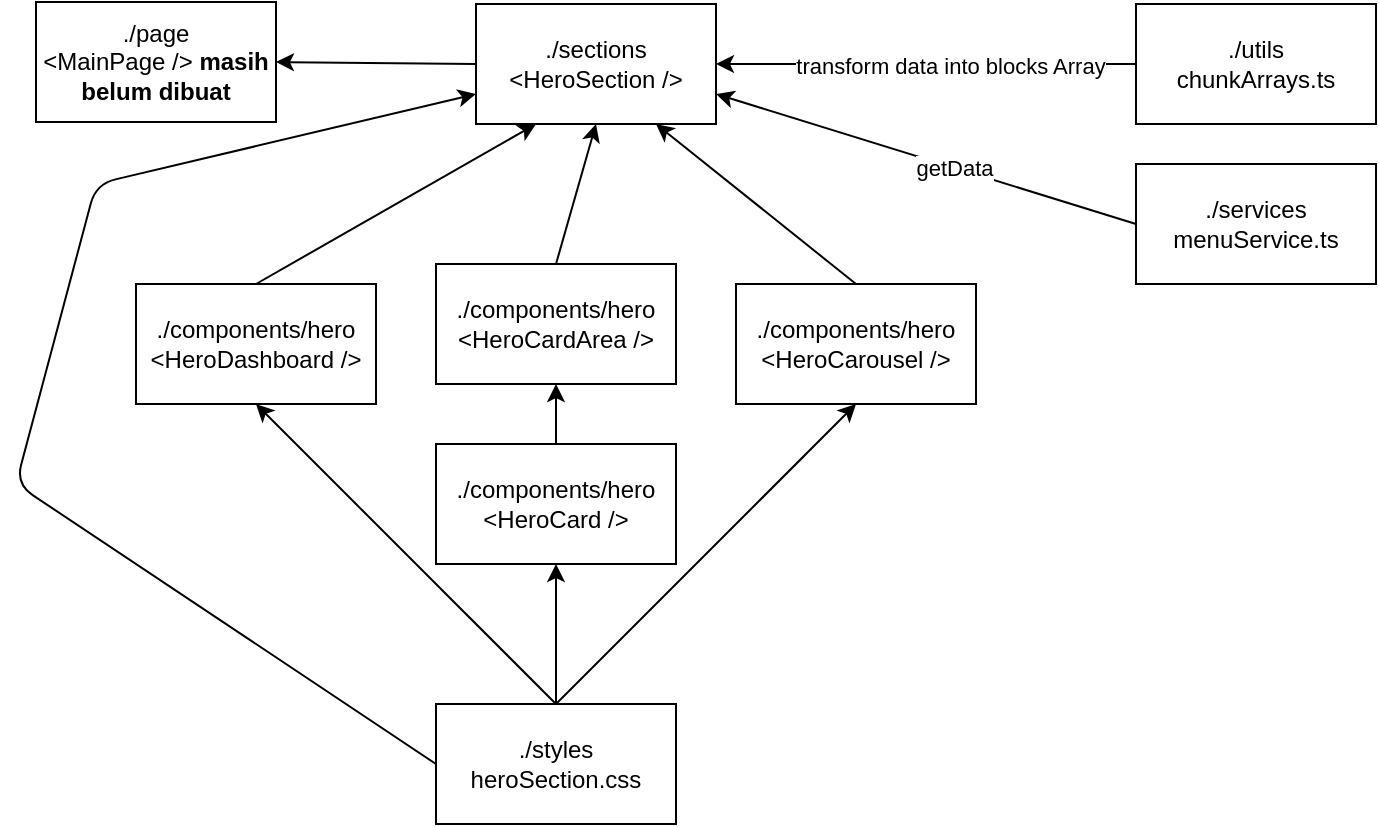
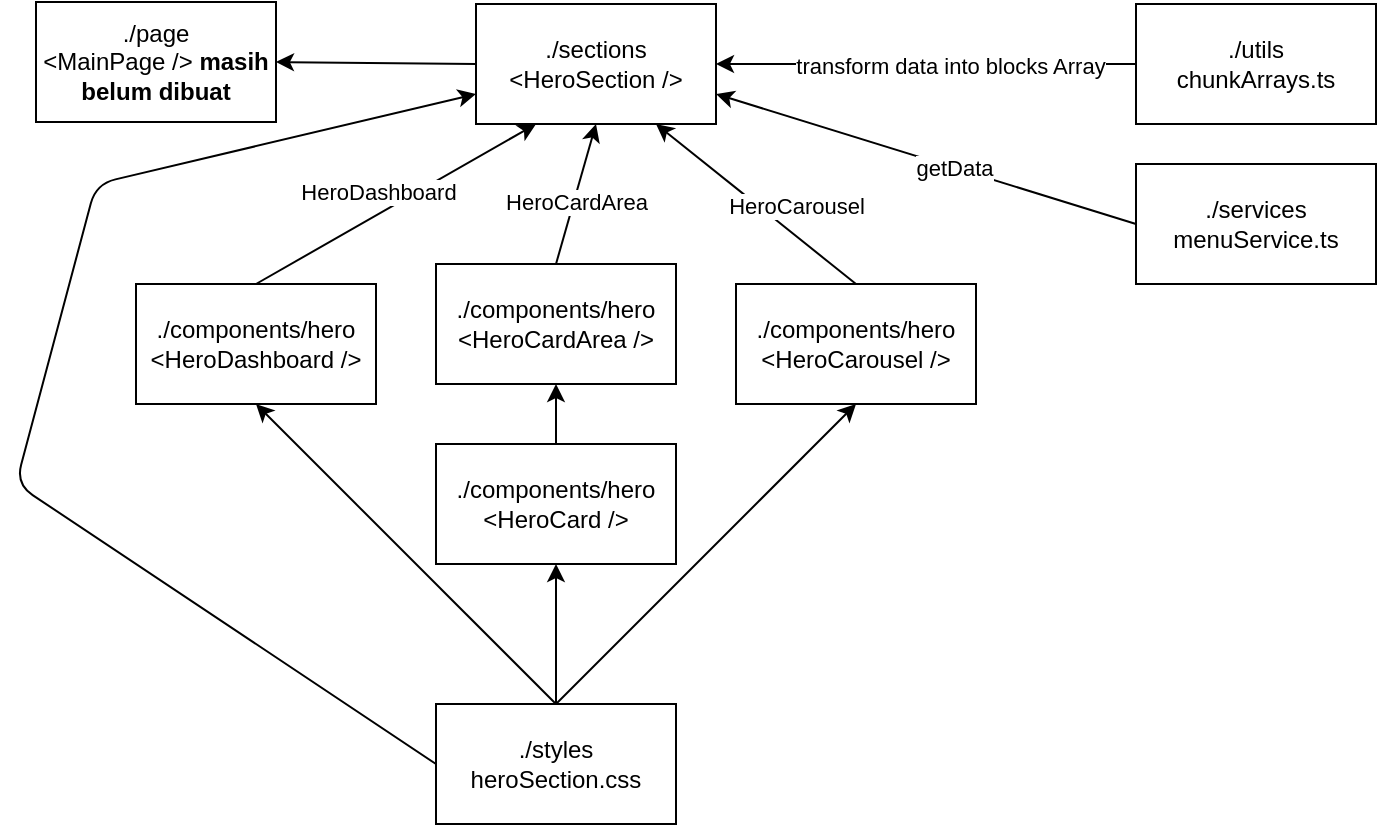
<mxfile host="65bd71144e">
    <diagram id="8QxJ4sB05AHWskQlmMvO" name="Page-1">
-         <mxGraphModel dx="468" dy="448" grid="1" gridSize="10" guides="1" tooltips="1" connect="1" arrows="1" fold="1" page="1" pageScale="1" pageWidth="850" pageHeight="1100" math="0" shadow="0">
+         <mxGraphModel dx="538" dy="515" grid="1" gridSize="10" guides="1" tooltips="1" connect="1" arrows="1" fold="1" page="1" pageScale="1" pageWidth="850" pageHeight="1100" math="0" shadow="0">
            <root>
                <mxCell id="0"/>
                <mxCell id="1" parent="0"/>
                <mxCell id="16" style="edgeStyle=none;html=1;exitX=0;exitY=0.5;exitDx=0;exitDy=0;entryX=1;entryY=0.5;entryDx=0;entryDy=0;" parent="1" source="4" target="11" edge="1">
                    <mxGeometry relative="1" as="geometry"/>
                </mxCell>
                <mxCell id="4" value="&lt;div&gt;./sections&lt;/div&gt;&amp;lt;HeroSection /&amp;gt;" style="rounded=0;whiteSpace=wrap;html=1;" parent="1" vertex="1">
                    <mxGeometry x="260" y="20" width="120" height="60" as="geometry"/>
                </mxCell>
                <mxCell id="13" style="edgeStyle=none;html=1;exitX=0.5;exitY=0;exitDx=0;exitDy=0;entryX=0.25;entryY=1;entryDx=0;entryDy=0;" parent="1" source="5" target="4" edge="1">
                    <mxGeometry relative="1" as="geometry"/>
                </mxCell>
+                 <mxCell id="33" value="HeroDashboard" style="edgeLabel;html=1;align=center;verticalAlign=middle;resizable=0;points=[];" vertex="1" connectable="0" parent="13">
+                     <mxGeometry x="0.1446" relative="1" as="geometry">
+                         <mxPoint x="-20" as="offset"/>
+                     </mxGeometry>
+                 </mxCell>
                <mxCell id="5" value="./components/hero&lt;div&gt;&amp;lt;HeroDashboard /&amp;gt;&lt;/div&gt;" style="rounded=0;whiteSpace=wrap;html=1;" parent="1" vertex="1">
                    <mxGeometry x="90" y="160" width="120" height="60" as="geometry"/>
                </mxCell>
-                 <mxCell id="14" style="edgeStyle=none;html=1;exitX=0.5;exitY=0;exitDx=0;exitDy=0;entryX=0.5;entryY=1;entryDx=0;entryDy=0;" parent="1" source="6" edge="1" target="22">
+                 <mxCell id="14" style="edgeStyle=none;html=1;exitX=0.5;exitY=0;exitDx=0;exitDy=0;entryX=0.5;entryY=1;entryDx=0;entryDy=0;" parent="1" source="6" target="22" edge="1">
                    <mxGeometry relative="1" as="geometry">
                        <mxPoint x="320" y="80" as="targetPoint"/>
                    </mxGeometry>
                </mxCell>
                <mxCell id="6" value="./components/hero&lt;div&gt;&amp;lt;HeroCard /&amp;gt;&lt;/div&gt;" style="rounded=0;whiteSpace=wrap;html=1;" parent="1" vertex="1">
                    <mxGeometry x="240" y="240" width="120" height="60" as="geometry"/>
                </mxCell>
                <mxCell id="15" style="edgeStyle=none;html=1;exitX=0.5;exitY=0;exitDx=0;exitDy=0;entryX=0.75;entryY=1;entryDx=0;entryDy=0;" parent="1" source="7" target="4" edge="1">
                    <mxGeometry relative="1" as="geometry">
                        <mxPoint x="320" y="80" as="targetPoint"/>
+                     </mxGeometry>
+                 </mxCell>
+                 <mxCell id="35" value="HeroCarousel" style="edgeLabel;html=1;align=center;verticalAlign=middle;resizable=0;points=[];" vertex="1" connectable="0" parent="15">
+                     <mxGeometry x="-0.1561" relative="1" as="geometry">
+                         <mxPoint x="12" y="-6" as="offset"/>
                    </mxGeometry>
                </mxCell>
                <mxCell id="7" value="./components/hero&lt;div&gt;&amp;lt;HeroCarousel /&amp;gt;&lt;/div&gt;" style="rounded=0;whiteSpace=wrap;html=1;" parent="1" vertex="1">
                    <mxGeometry x="390" y="160" width="120" height="60" as="geometry"/>
                </mxCell>
                <mxCell id="11" value="./page&lt;div&gt;&amp;lt;MainPage /&amp;gt; &lt;b&gt;masih belum dibuat&lt;/b&gt;&lt;/div&gt;" style="rounded=0;whiteSpace=wrap;html=1;" parent="1" vertex="1">
                    <mxGeometry x="40" y="19" width="120" height="60" as="geometry"/>
                </mxCell>
                <mxCell id="18" style="edgeStyle=none;html=1;exitX=0.5;exitY=0;exitDx=0;exitDy=0;entryX=0.5;entryY=1;entryDx=0;entryDy=0;" parent="1" source="17" target="5" edge="1">
                    <mxGeometry relative="1" as="geometry"/>
                </mxCell>
                <mxCell id="19" style="edgeStyle=none;html=1;exitX=0.5;exitY=0;exitDx=0;exitDy=0;entryX=0.5;entryY=1;entryDx=0;entryDy=0;" parent="1" source="17" target="6" edge="1">
                    <mxGeometry relative="1" as="geometry"/>
                </mxCell>
                <mxCell id="20" style="edgeStyle=none;html=1;exitX=0.5;exitY=0;exitDx=0;exitDy=0;entryX=0.5;entryY=1;entryDx=0;entryDy=0;" parent="1" source="17" target="7" edge="1">
                    <mxGeometry relative="1" as="geometry"/>
                </mxCell>
                <mxCell id="21" style="edgeStyle=none;html=1;exitX=0;exitY=0.5;exitDx=0;exitDy=0;entryX=0;entryY=0.75;entryDx=0;entryDy=0;" parent="1" source="17" target="4" edge="1">
                    <mxGeometry relative="1" as="geometry">
                        <mxPoint x="20" y="290" as="targetPoint"/>
                        <Array as="points">
                            <mxPoint x="30" y="260"/>
                            <mxPoint x="70" y="110"/>
                        </Array>
                    </mxGeometry>
                </mxCell>
                <mxCell id="17" value="./styles&lt;div&gt;heroSection.css&lt;/div&gt;" style="rounded=0;whiteSpace=wrap;html=1;" parent="1" vertex="1">
                    <mxGeometry x="240" y="370" width="120" height="60" as="geometry"/>
                </mxCell>
-                 <mxCell id="23" style="edgeStyle=none;html=1;exitX=0.5;exitY=0;exitDx=0;exitDy=0;entryX=0.5;entryY=1;entryDx=0;entryDy=0;" edge="1" parent="1" source="22" target="4">
+                 <mxCell id="23" style="edgeStyle=none;html=1;exitX=0.5;exitY=0;exitDx=0;exitDy=0;entryX=0.5;entryY=1;entryDx=0;entryDy=0;" parent="1" source="22" target="4" edge="1">
                    <mxGeometry relative="1" as="geometry"/>
                </mxCell>
-                 <mxCell id="22" value="./components/hero&lt;div&gt;&amp;lt;HeroCardArea /&amp;gt;&lt;/div&gt;" style="rounded=0;whiteSpace=wrap;html=1;" vertex="1" parent="1">
+                 <mxCell id="34" value="HeroCardArea" style="edgeLabel;html=1;align=center;verticalAlign=middle;resizable=0;points=[];" vertex="1" connectable="0" parent="23">
+                     <mxGeometry x="-0.1057" y="-1" relative="1" as="geometry">
+                         <mxPoint as="offset"/>
+                     </mxGeometry>
+                 </mxCell>
+                 <mxCell id="22" value="./components/hero&lt;div&gt;&amp;lt;HeroCardArea /&amp;gt;&lt;/div&gt;" style="rounded=0;whiteSpace=wrap;html=1;" parent="1" vertex="1">
                    <mxGeometry x="240" y="150" width="120" height="60" as="geometry"/>
                </mxCell>
-                 <mxCell id="25" value="" style="edgeStyle=none;html=1;" edge="1" parent="1" source="24" target="4">
+                 <mxCell id="25" value="" style="edgeStyle=none;html=1;" parent="1" source="24" target="4" edge="1">
                    <mxGeometry relative="1" as="geometry"/>
                </mxCell>
-                 <mxCell id="32" value="transform data into blocks Array" style="edgeLabel;html=1;align=center;verticalAlign=middle;resizable=0;points=[];" vertex="1" connectable="0" parent="25">
+                 <mxCell id="32" value="transform data into blocks Array" style="edgeLabel;html=1;align=center;verticalAlign=middle;resizable=0;points=[];" parent="25" vertex="1" connectable="0">
                    <mxGeometry x="-0.1158" y="1" relative="1" as="geometry">
                        <mxPoint as="offset"/>
                    </mxGeometry>
                </mxCell>
-                 <mxCell id="24" value="./utils&lt;div&gt;chunkArrays.ts&lt;/div&gt;" style="rounded=0;whiteSpace=wrap;html=1;" vertex="1" parent="1">
+                 <mxCell id="24" value="./utils&lt;div&gt;chunkArrays.ts&lt;/div&gt;" style="rounded=0;whiteSpace=wrap;html=1;" parent="1" vertex="1">
                    <mxGeometry x="590" y="20" width="120" height="60" as="geometry"/>
                </mxCell>
-                 <mxCell id="27" style="edgeStyle=none;html=1;exitX=0;exitY=0.5;exitDx=0;exitDy=0;entryX=1;entryY=0.75;entryDx=0;entryDy=0;" edge="1" parent="1" source="26" target="4">
+                 <mxCell id="27" style="edgeStyle=none;html=1;exitX=0;exitY=0.5;exitDx=0;exitDy=0;entryX=1;entryY=0.75;entryDx=0;entryDy=0;" parent="1" source="26" target="4" edge="1">
                    <mxGeometry relative="1" as="geometry"/>
                </mxCell>
-                 <mxCell id="31" value="getData" style="edgeLabel;html=1;align=center;verticalAlign=middle;resizable=0;points=[];" vertex="1" connectable="0" parent="27">
+                 <mxCell id="31" value="getData" style="edgeLabel;html=1;align=center;verticalAlign=middle;resizable=0;points=[];" parent="27" vertex="1" connectable="0">
                    <mxGeometry x="-0.1366" relative="1" as="geometry">
                        <mxPoint as="offset"/>
                    </mxGeometry>
                </mxCell>
-                 <mxCell id="26" value="./services&lt;div&gt;menuService.ts&lt;/div&gt;" style="rounded=0;whiteSpace=wrap;html=1;" vertex="1" parent="1">
+                 <mxCell id="26" value="./services&lt;div&gt;menuService.ts&lt;/div&gt;" style="rounded=0;whiteSpace=wrap;html=1;" parent="1" vertex="1">
                    <mxGeometry x="590" y="100" width="120" height="60" as="geometry"/>
                </mxCell>
            </root>
        </mxGraphModel>
    </diagram>
</mxfile>